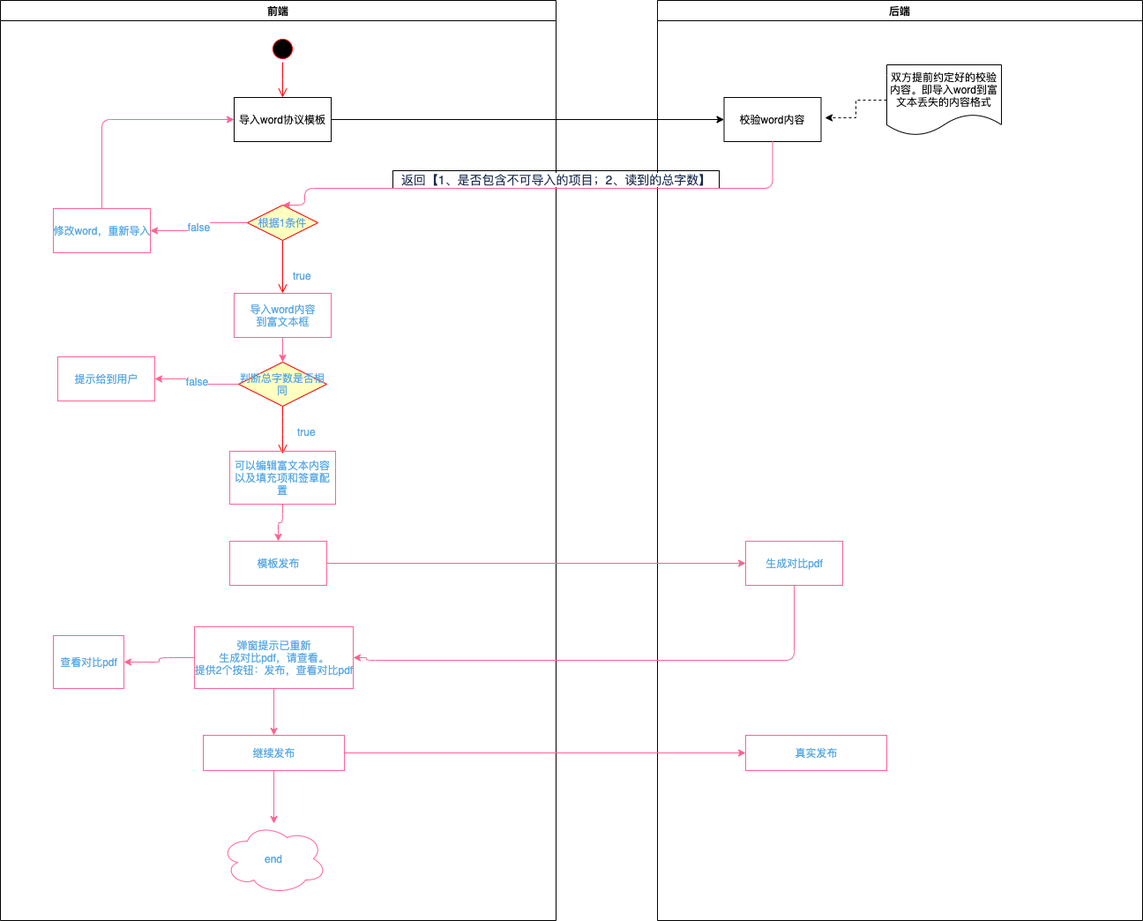
Above: 协议系统-协议模板导入.png in guoZD/draw (draw.io), before the change. Source tidied: cells renumbered, new cells last; positions are measured from the earlier drawing's top-left corner, leaving out a move shared by most shapes.
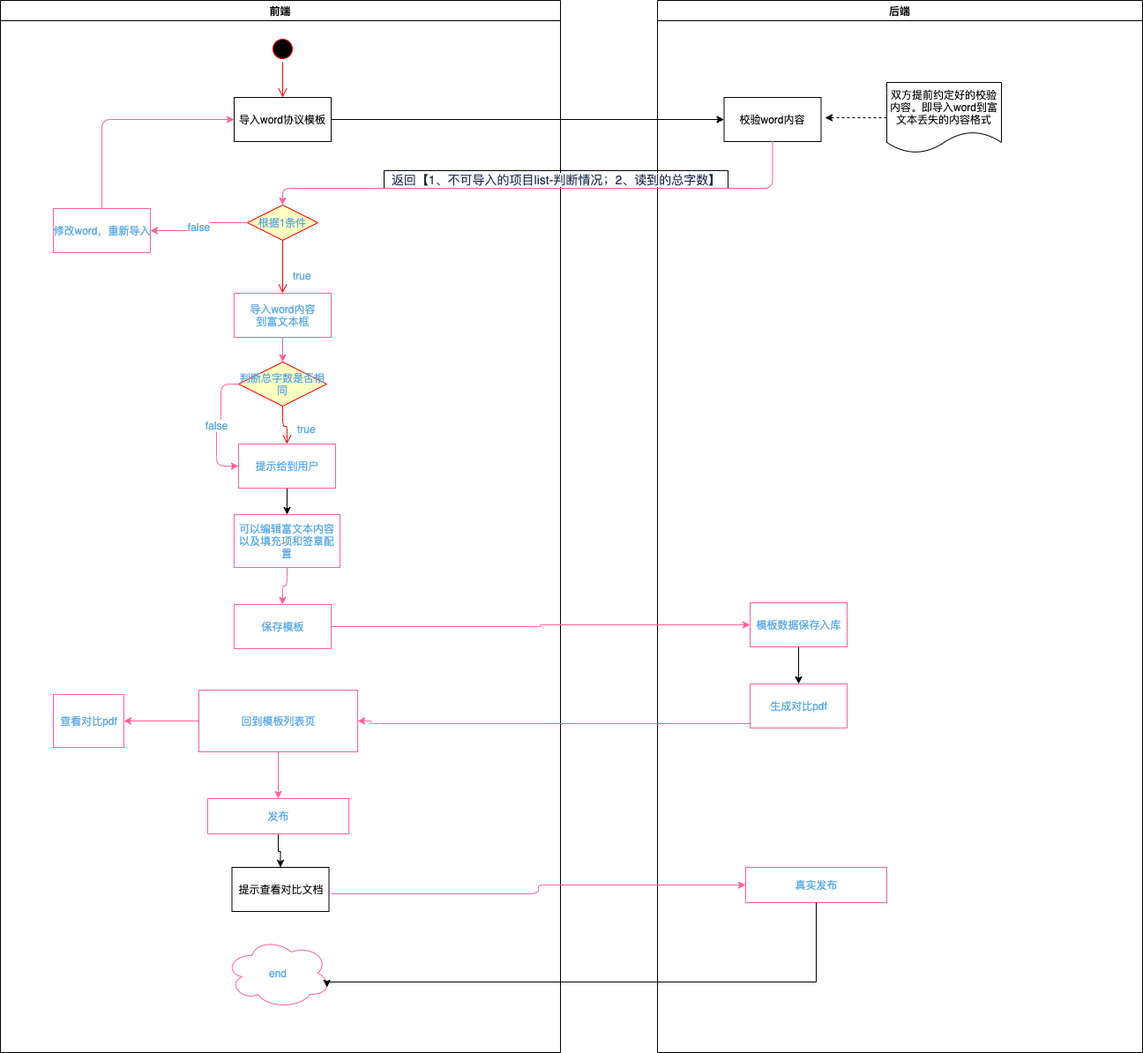
Later version of the same file.

Commit message:
Update 协议系统-协议模板导入.png

What changed in the source:
```diff
@@ -3,7 +3,7 @@
     <mxCell id="0" />
     <mxCell id="1" parent="0" />
     <mxCell id="2" value="前端" style="swimlane;whiteSpace=wrap;" parent="1" vertex="1">
-      <mxGeometry width="630" height="1043" as="geometry" />
+      <mxGeometry width="635" height="1193" as="geometry" />
     </mxCell>
     <mxCell id="3" style="ellipse;shape=startState;fillColor=#000000;strokeColor=#ff0000;" parent="2" vertex="1">
       <mxGeometry x="305" y="40" width="30" height="30" as="geometry" />
@@ -33,26 +33,33 @@
     <mxCell id="10" value="导入word内容&lt;br&gt;到富文本框" style="html=1;rounded=0;sketch=0;fontColor=#5AA9E6;strokeColor=#FF6392;fillColor=none;fixDash=1;" parent="2" vertex="1">
       <mxGeometry x="265" y="332" width="110" height="50" as="geometry" />
     </mxCell>
-    <mxCell id="11" value="false" style="edgeStyle=orthogonalEdgeStyle;curved=0;rounded=1;sketch=0;jettySize=auto;html=1;exitX=0;exitY=0.5;exitDx=0;exitDy=0;entryX=1;entryY=0.5;entryDx=0;entryDy=0;fontColor=#5AA9E6;strokeColor=#FF6392;fillColor=#FFE45E;" parent="2" edge="1" source="12" target="18">
-      <mxGeometry relative="1" as="geometry" />
+    <mxCell id="11" value="false" style="edgeStyle=orthogonalEdgeStyle;curved=0;rounded=1;sketch=0;jettySize=auto;html=1;exitX=0;exitY=0.5;exitDx=0;exitDy=0;entryX=0;entryY=0.5;entryDx=0;entryDy=0;fontColor=#5AA9E6;strokeColor=#FF6392;fillColor=#FFE45E;" parent="2" edge="1" source="12" target="18">
+      <mxGeometry relative="1" as="geometry">
+        <Array as="points">
+          <mxPoint x="250" y="435" />
+          <mxPoint x="250" y="482" />
+          <mxPoint x="245" y="482" />
+          <mxPoint x="245" y="528" />
+        </Array>
+      </mxGeometry>
     </mxCell>
     <mxCell id="12" value="判断总字数是否相同" style="rhombus;whiteSpace=wrap;html=1;fillColor=#ffffc0;strokeColor=#ff0000;rounded=0;sketch=0;fontColor=#5AA9E6;fixDash=1;" parent="2" vertex="1">
       <mxGeometry x="270" y="410" width="100" height="50" as="geometry" />
     </mxCell>
-    <mxCell id="13" value="true" style="edgeStyle=orthogonalEdgeStyle;html=1;align=left;verticalAlign=top;endArrow=open;endSize=8;strokeColor=#ff0000;fontColor=#5AA9E6;fillColor=#FFE45E;fixDash=1;" parent="2" edge="1" source="12">
-      <mxGeometry x="-0.4" y="15" relative="1" as="geometry">
-        <mxPoint x="320" y="514" as="targetPoint" />
+    <mxCell id="13" value="true" style="edgeStyle=orthogonalEdgeStyle;html=1;align=left;verticalAlign=top;endArrow=open;endSize=8;strokeColor=#ff0000;fontColor=#5AA9E6;fillColor=#FFE45E;fixDash=1;entryX=0.5;entryY=0;entryDx=0;entryDy=0;" parent="2" edge="1" source="12" target="18">
+      <mxGeometry x="0.17" y="14" relative="1" as="geometry">
         <Array as="points">
-          <mxPoint x="320" y="482" />
-          <mxPoint x="320" y="482" />
+          <mxPoint x="320" y="483" />
+          <mxPoint x="325" y="483" />
         </Array>
+        <mxPoint x="-4" y="-10" as="offset" />
       </mxGeometry>
     </mxCell>
     <mxCell id="14" style="edgeStyle=orthogonalEdgeStyle;curved=0;rounded=1;sketch=0;jettySize=auto;html=1;exitX=0.5;exitY=1;exitDx=0;exitDy=0;entryX=0.5;entryY=0;entryDx=0;entryDy=0;fontColor=#5AA9E6;strokeColor=#FF6392;fillColor=#FFE45E;" parent="2" edge="1" source="15" target="19">
       <mxGeometry relative="1" as="geometry" />
     </mxCell>
     <mxCell id="15" value="可以编辑富文本内容以及填充项和签章配置" style="rounded=0;whiteSpace=wrap;html=1;sketch=0;fontColor=#5AA9E6;strokeColor=#FF6392;fillColor=none;fixDash=1;" parent="2" vertex="1">
-      <mxGeometry x="260" y="511" width="120" height="60" as="geometry" />
+      <mxGeometry x="265" y="583" width="120" height="60" as="geometry" />
     </mxCell>
     <mxCell id="16" value="&lt;span&gt;修改word，重新导入&lt;/span&gt;" style="html=1;rounded=0;sketch=0;fontColor=#5AA9E6;strokeColor=#FF6392;fillColor=none;" parent="2" vertex="1">
       <mxGeometry x="60" y="236" width="110" height="50" as="geometry" />
@@ -60,11 +67,14 @@
     <mxCell id="17" style="edgeStyle=orthogonalEdgeStyle;curved=0;rounded=1;sketch=0;jettySize=auto;html=1;entryX=0;entryY=0.5;entryDx=0;entryDy=0;fontColor=#5AA9E6;strokeColor=#FF6392;fillColor=#FFE45E;exitX=0.5;exitY=0;exitDx=0;exitDy=0;" parent="2" edge="1" source="16" target="5">
       <mxGeometry relative="1" as="geometry" />
     </mxCell>
+    <mxCell id="39" style="edgeStyle=orthogonalEdgeStyle;rounded=0;jettySize=auto;html=1;" parent="2" edge="1" source="18" target="15">
+      <mxGeometry relative="1" as="geometry" />
+    </mxCell>
     <mxCell id="18" value="&lt;span&gt;提示给到用户&lt;/span&gt;" style="html=1;rounded=0;sketch=0;fontColor=#5AA9E6;strokeColor=#FF6392;fillColor=none;" parent="2" vertex="1">
-      <mxGeometry x="65" y="404" width="110" height="50" as="geometry" />
+      <mxGeometry x="270" y="503" width="110" height="50" as="geometry" />
     </mxCell>
-    <mxCell id="19" value="模板发布" style="html=1;rounded=0;sketch=0;fontColor=#5AA9E6;strokeColor=#FF6392;fillColor=none;" parent="2" vertex="1">
-      <mxGeometry x="260" y="613" width="110" height="50" as="geometry" />
+    <mxCell id="19" value="保存模板" style="html=1;rounded=0;sketch=0;fontColor=#5AA9E6;strokeColor=#FF6392;fillColor=none;" parent="2" vertex="1">
+      <mxGeometry x="265" y="685" width="110" height="50" as="geometry" />
     </mxCell>
     <mxCell id="20" style="edgeStyle=orthogonalEdgeStyle;curved=0;rounded=1;sketch=0;jettySize=auto;html=1;fontColor=#5AA9E6;strokeColor=#FF6392;fillColor=#FFE45E;" parent="2" edge="1" source="22" target="24">
       <mxGeometry relative="1" as="geometry" />
@@ -72,39 +82,48 @@
     <mxCell id="21" style="edgeStyle=orthogonalEdgeStyle;curved=0;rounded=1;sketch=0;jettySize=auto;html=1;fontColor=#5AA9E6;strokeColor=#FF6392;fillColor=#FFE45E;" parent="2" edge="1" source="22" target="25">
       <mxGeometry relative="1" as="geometry" />
     </mxCell>
-    <mxCell id="22" value="弹窗提示已重新&lt;br&gt;生成对比pdf，请查看。&lt;br&gt;提供2个按钮：发布，查看对比pdf" style="html=1;rounded=0;sketch=0;fontColor=#5AA9E6;strokeColor=#FF6392;fillColor=none;" parent="2" vertex="1">
-      <mxGeometry x="220" y="710" width="180" height="70" as="geometry" />
+    <mxCell id="22" value="回到模板列表页" style="html=1;rounded=0;sketch=0;fontColor=#5AA9E6;strokeColor=#FF6392;fillColor=none;" parent="2" vertex="1">
+      <mxGeometry x="225" y="782" width="180" height="70" as="geometry" />
     </mxCell>
-    <mxCell id="23" style="edgeStyle=orthogonalEdgeStyle;curved=0;rounded=1;sketch=0;jettySize=auto;html=1;fontColor=#5AA9E6;strokeColor=#FF6392;fillColor=#FFE45E;" parent="2" edge="1" source="24" target="26">
-      <mxGeometry relative="1" as="geometry" />
-    </mxCell>
+    <mxCell id="40" style="edgeStyle=orthogonalEdgeStyle;rounded=0;jettySize=auto;html=1;" parent="2" edge="1" source="24" target="41">
+      <mxGeometry relative="1" as="geometry" />
+    </mxCell>
-    <mxCell id="24" value="继续发布" style="html=1;rounded=0;sketch=0;fontColor=#5AA9E6;strokeColor=#FF6392;fillColor=none;" parent="2" vertex="1">
-      <mxGeometry x="230" y="833" width="160" height="40" as="geometry" />
+    <mxCell id="24" value="发布" style="html=1;rounded=0;sketch=0;fontColor=#5AA9E6;strokeColor=#FF6392;fillColor=none;" parent="2" vertex="1">
+      <mxGeometry x="235" y="905" width="160" height="40" as="geometry" />
     </mxCell>
     <mxCell id="25" value="查看对比pdf" style="html=1;rounded=0;sketch=0;fontColor=#5AA9E6;strokeColor=#FF6392;fillColor=none;" parent="2" vertex="1">
-      <mxGeometry x="60" y="720" width="80" height="60" as="geometry" />
+      <mxGeometry x="60" y="787" width="80" height="60" as="geometry" />
     </mxCell>
     <mxCell id="26" value="end" style="ellipse;shape=cloud;whiteSpace=wrap;html=1;rounded=0;fontColor=#5AA9E6;strokeColor=#FF6392;fillColor=none;sketch=0;" parent="2" vertex="1">
-      <mxGeometry x="250" y="933" width="120" height="80" as="geometry" />
+      <mxGeometry x="255" y="1063" width="120" height="80" as="geometry" />
     </mxCell>
+    <mxCell id="41" value="提示查看对比文档" style="html=1;" parent="2" vertex="1">
+      <mxGeometry x="262.5" y="983" width="110" height="50" as="geometry" />
+    </mxCell>
     <mxCell id="27" value="后端" style="swimlane;whiteSpace=wrap;" parent="1" vertex="1">
-      <mxGeometry x="745" width="550" height="1043" as="geometry" />
+      <mxGeometry x="745" width="550" height="1193" as="geometry" />
     </mxCell>
     <mxCell id="28" value="校验word内容" parent="27" vertex="1">
       <mxGeometry x="75.5" y="110" width="110" height="50" as="geometry" />
     </mxCell>
-    <mxCell id="29" value="&lt;span style=&quot;color: rgb(23 , 43 , 77) ; font-family: , , &amp;#34;segoe ui&amp;#34; , &amp;#34;roboto&amp;#34; , &amp;#34;oxygen&amp;#34; , &amp;#34;ubuntu&amp;#34; , &amp;#34;fira sans&amp;#34; , &amp;#34;droid sans&amp;#34; , &amp;#34;helvetica neue&amp;#34; , sans-serif ; font-size: 14px ; text-align: left ; background-color: rgb(255 , 255 , 255)&quot;&gt;返回【1、是否包含不可导入的项目；2、读到的总字数】&lt;/span&gt;" style="text;html=1;align=center;verticalAlign=middle;strokeColor=#000000;" parent="27" vertex="1">
-      <mxGeometry x="-300" y="193" width="370" height="20" as="geometry" />
+    <mxCell id="29" value="&lt;span style=&quot;color: rgb(23 , 43 , 77) ; font-family: , , &amp;#34;segoe ui&amp;#34; , &amp;#34;roboto&amp;#34; , &amp;#34;oxygen&amp;#34; , &amp;#34;ubuntu&amp;#34; , &amp;#34;fira sans&amp;#34; , &amp;#34;droid sans&amp;#34; , &amp;#34;helvetica neue&amp;#34; , sans-serif ; font-size: 14px ; text-align: left ; background-color: rgb(255 , 255 , 255)&quot;&gt;返回【1、不可导入的项目list-判断情况；2、读到的总字数】&lt;/span&gt;" style="text;html=1;align=center;verticalAlign=middle;strokeColor=#000000;" parent="27" vertex="1">
+      <mxGeometry x="-310" y="193" width="390" height="20" as="geometry" />
     </mxCell>
     <mxCell id="30" value="&lt;span&gt;双方提前约定好的校验内容。即导入word到富文本丢失的内容格式&lt;/span&gt;" style="shape=document;whiteSpace=wrap;html=1;boundedLbl=1;labelBackgroundColor=none;" parent="27" vertex="1">
-      <mxGeometry x="260" y="73" width="130" height="80" as="geometry" />
+      <mxGeometry x="260" y="93" width="130" height="80" as="geometry" />
     </mxCell>
     <mxCell id="31" value="生成对比pdf" style="html=1;rounded=0;sketch=0;fontColor=#5AA9E6;strokeColor=#FF6392;fillColor=none;" parent="27" vertex="1">
-      <mxGeometry x="100" y="613" width="110" height="50" as="geometry" />
+      <mxGeometry x="105" y="775" width="110" height="50" as="geometry" />
     </mxCell>
     <mxCell id="32" value="真实发布" style="html=1;rounded=0;sketch=0;fontColor=#5AA9E6;strokeColor=#FF6392;fillColor=none;" parent="27" vertex="1">
-      <mxGeometry x="100" y="833" width="160" height="40" as="geometry" />
+      <mxGeometry x="100" y="983" width="160" height="40" as="geometry" />
     </mxCell>
+    <mxCell id="42" style="edgeStyle=orthogonalEdgeStyle;rounded=0;jettySize=auto;html=1;" parent="27" edge="1" source="43" target="31">
+      <mxGeometry relative="1" as="geometry" />
+    </mxCell>
+    <mxCell id="43" value="模板数据保存入库" style="html=1;rounded=0;sketch=0;fontColor=#5AA9E6;strokeColor=#FF6392;fillColor=none;" parent="27" vertex="1">
+      <mxGeometry x="105" y="683" width="110" height="50" as="geometry" />
+    </mxCell>
     <mxCell id="33" style="edgeStyle=orthogonalEdgeStyle;rounded=0;jettySize=auto;html=1;" parent="1" edge="1" source="5" target="28">
       <mxGeometry relative="1" as="geometry" />
     </mxCell>
@@ -117,24 +136,34 @@
       <mxGeometry relative="1" as="geometry">
         <Array as="points">
           <mxPoint x="876" y="213" />
-          <mxPoint x="345" y="213" />
+          <mxPoint x="320" y="213" />
         </Array>
       </mxGeometry>
     </mxCell>
-    <mxCell id="36" style="edgeStyle=orthogonalEdgeStyle;curved=0;rounded=1;sketch=0;jettySize=auto;html=1;fontColor=#5AA9E6;strokeColor=#FF6392;fillColor=#FFE45E;" parent="1" edge="1" source="19" target="31">
+    <mxCell id="36" style="edgeStyle=orthogonalEdgeStyle;curved=0;rounded=1;sketch=0;jettySize=auto;html=1;fontColor=#5AA9E6;strokeColor=#FF6392;fillColor=#FFE45E;entryX=0;entryY=0.5;entryDx=0;entryDy=0;" parent="1" edge="1" source="19" target="43">
       <mxGeometry relative="1" as="geometry" />
     </mxCell>
     <mxCell id="37" style="edgeStyle=orthogonalEdgeStyle;curved=0;rounded=1;sketch=0;jettySize=auto;html=1;entryX=1;entryY=0.5;entryDx=0;entryDy=0;fontColor=#5AA9E6;strokeColor=#FF6392;fillColor=#FFE45E;" parent="1" edge="1" source="31" target="22">
       <mxGeometry relative="1" as="geometry">
         <Array as="points">
-          <mxPoint x="900" y="748" />
-          <mxPoint x="415" y="748" />
-          <mxPoint x="415" y="745" />
+          <mxPoint x="905" y="820" />
+          <mxPoint x="420" y="820" />
+          <mxPoint x="420" y="817" />
         </Array>
       </mxGeometry>
     </mxCell>
-    <mxCell id="38" style="edgeStyle=orthogonalEdgeStyle;curved=0;rounded=1;sketch=0;jettySize=auto;html=1;fontColor=#5AA9E6;strokeColor=#FF6392;fillColor=#FFE45E;" parent="1" edge="1" source="24" target="32">
-      <mxGeometry relative="1" as="geometry" />
+    <mxCell id="38" style="edgeStyle=orthogonalEdgeStyle;curved=0;rounded=1;sketch=0;jettySize=auto;html=1;fontColor=#5AA9E6;strokeColor=#FF6392;fillColor=#FFE45E;" parent="1" edge="1" target="32">
+      <mxGeometry relative="1" as="geometry">
+        <mxPoint x="375" y="1013" as="sourcePoint" />
+      </mxGeometry>
     </mxCell>
+    <mxCell id="44" style="edgeStyle=orthogonalEdgeStyle;rounded=0;jettySize=auto;html=1;entryX=0.96;entryY=0.7;entryDx=0;entryDy=0;entryPerimeter=0;" parent="1" edge="1" source="32" target="26">
+      <mxGeometry relative="1" as="geometry">
+        <Array as="points">
+          <mxPoint x="925" y="1113" />
+          <mxPoint x="370" y="1113" />
+        </Array>
+      </mxGeometry>
+    </mxCell>
   </root>
 </mxGraphModel>
```
